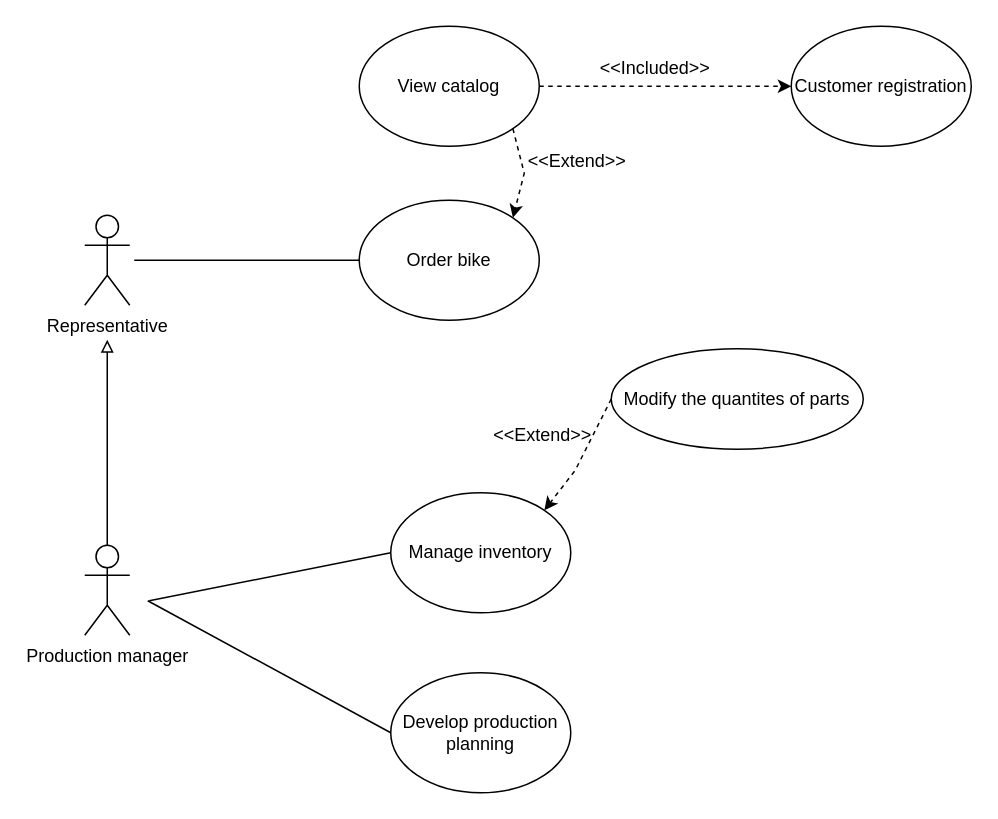
This is Diagrams/UseCaseDiagram.drawio from alex210501/GigaBike, a draw.io file, before an edit. Source tidied: cells renumbered, new cells numbered last; positions are measured from the earlier drawing's top-left corner, leaving out a move shared by most shapes. Both pictures are drawn from the tidied source at 150%, with x=0, y=0 at pixel (84, 26).
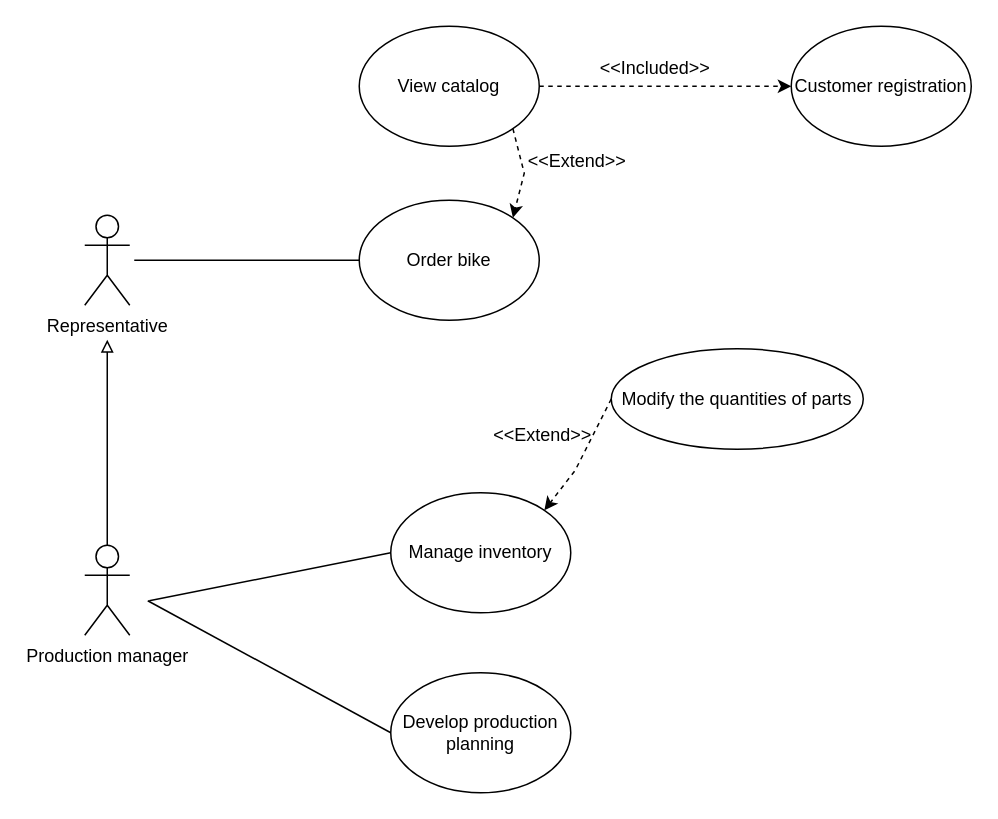
After the change.

Commit message:
GIGB-4 Add database Diagram

Diff of the diagram source:
```diff
@@
-    <mxCell id="19" value="Modify the quantites of parts" style="ellipse;whiteSpace=wrap;html=1;" parent="1" vertex="1">
+    <mxCell id="19" value="Modify the quantities of parts" style="ellipse;whiteSpace=wrap;html=1;" parent="1" vertex="1">
       <mxGeometry x="351" y="215" width="168" height="67" as="geometry" />
     </mxCell>
```
